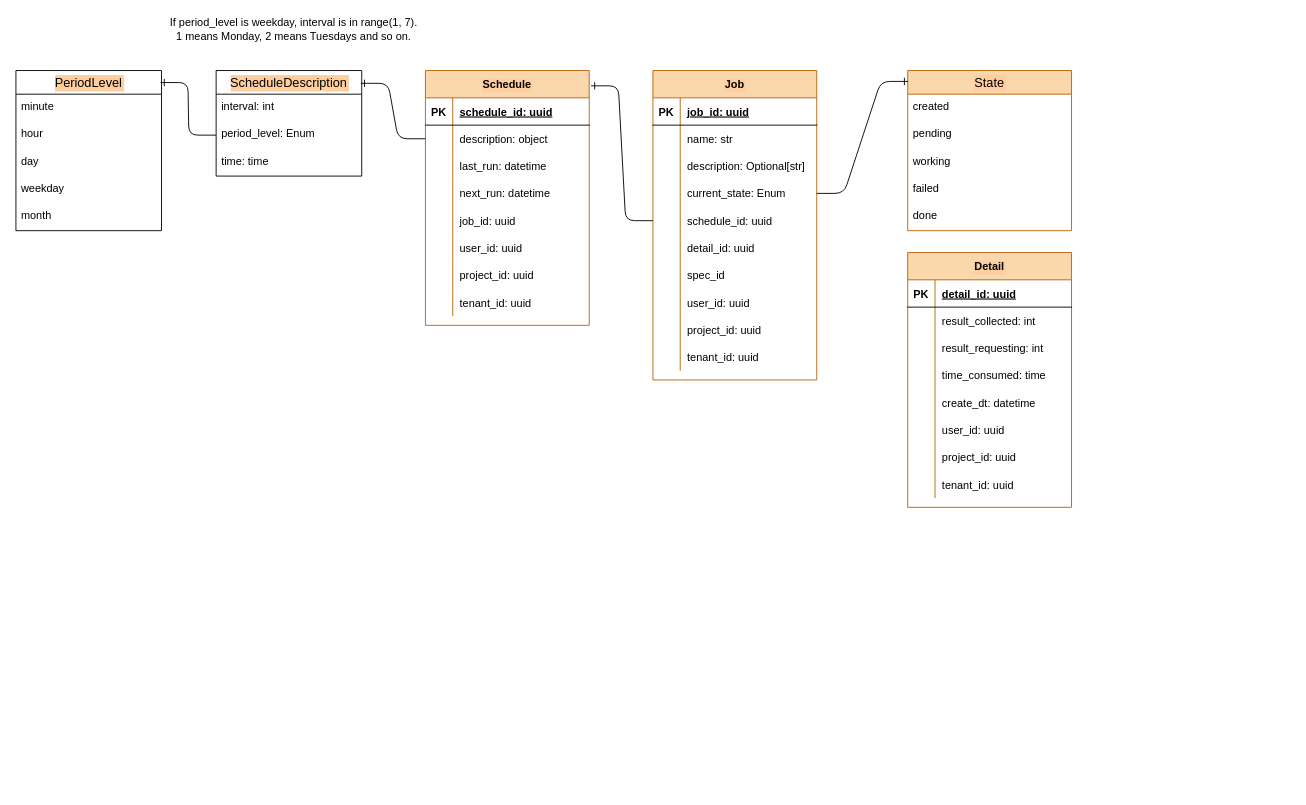
Above: page "Spider Service" (1 of 7) of docs/design/PubSent-Models.drawio in LENAX/public-sentiment-analysis (draw.io), before the change. Source tidied: cells renumbered, new cells numbered last; positions are measured from the earlier drawing's top-left corner, leaving out a move shared by most shapes. Both pictures are drawn from the tidied source at 91%, with x=0, y=0 at pixel (15, 15).
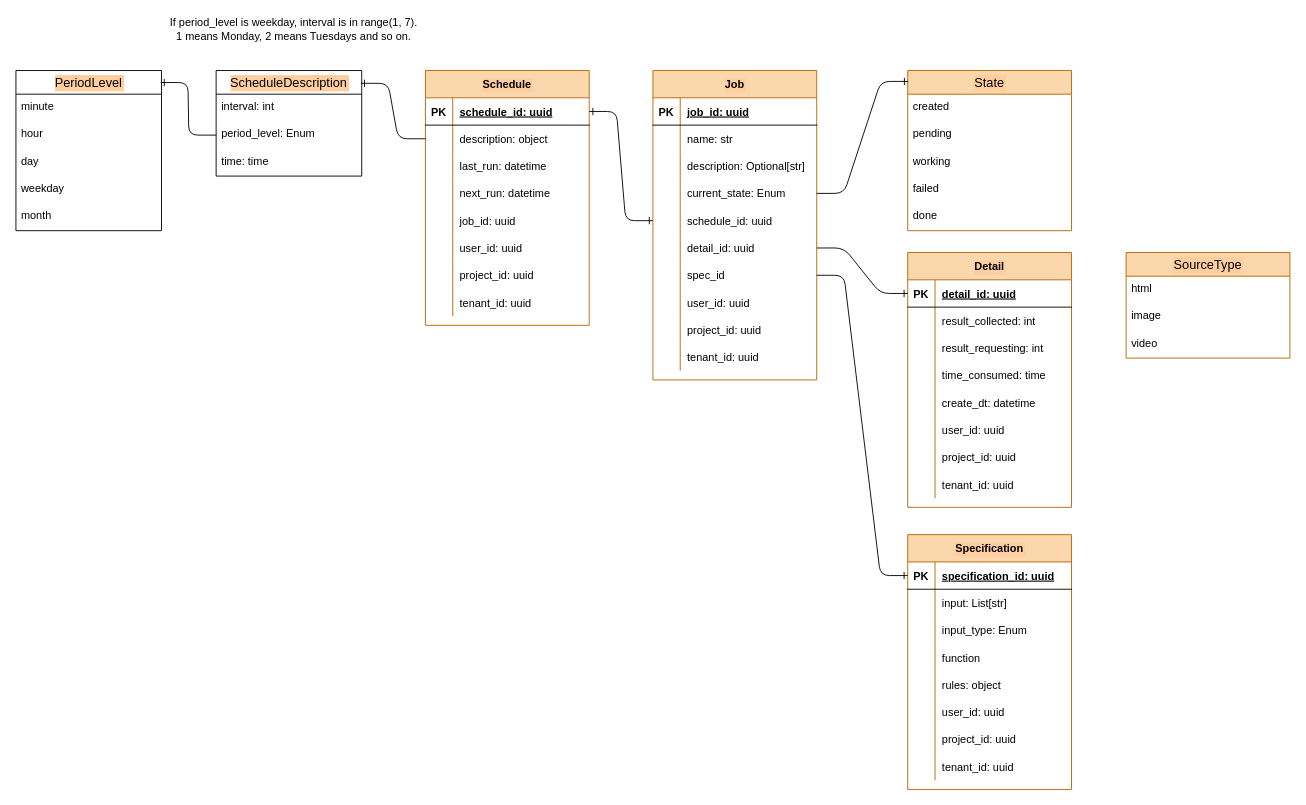
The same diagram, later.

Unchanged cells that the change refers to:
```xml
<mxCell id="15" style="shape=partialRectangle;fillColor=none;top=0;left=0;bottom=0;right=0;points=[[0,0.5],[1,0.5]];portConstraint=eastwest;" parent="2" vertex="1">
  <mxGeometry y="150" width="180" height="30" as="geometry" />
</mxCell>
<mxCell id="18" style="shape=partialRectangle;fillColor=none;top=0;left=0;bottom=0;right=0;points=[[0,0.5],[1,0.5]];portConstraint=eastwest;" parent="2" vertex="1">
  <mxGeometry y="180" width="180" height="30" as="geometry" />
</mxCell>
<mxCell id="21" style="shape=partialRectangle;fillColor=none;top=0;left=0;bottom=0;right=0;points=[[0,0.5],[1,0.5]];portConstraint=eastwest;" parent="2" vertex="1">
  <mxGeometry y="210" width="180" height="30" as="geometry" />
</mxCell>
<mxCell id="34" style="shape=partialRectangle;fillColor=none;top=0;left=0;bottom=1;right=0;points=[[0,0.5],[1,0.5]];portConstraint=eastwest;" parent="33" vertex="1">
  <mxGeometry y="30" width="180" height="30" as="geometry" />
</mxCell>
<mxCell id="65" value="Schedule" style="shape=table;startSize=30;childLayout=tableLayout;rowLines=0;fontStyle=1;align=center;labelBackgroundColor=#FFCE9F;fillColor=#fad7ac;strokeColor=#b46504;" parent="1" vertex="1">
  <mxGeometry x="450" y="60" width="180" height="280" as="geometry" />
</mxCell>
<mxCell id="66" style="shape=partialRectangle;fillColor=none;top=0;left=0;bottom=1;right=0;points=[[0,0.5],[1,0.5]];portConstraint=eastwest;" parent="65" vertex="1">
  <mxGeometry y="30" width="180" height="30" as="geometry" />
</mxCell>
```

The edit, as a diff of the source:
```diff
@@
-    <mxCell id="103" style="edgeStyle=entityRelationEdgeStyle;fontSize=12;html=1;endArrow=ERone;endFill=1;entryX=1.011;entryY=0.06;entryDx=0;entryDy=0;entryPerimeter=0;exitX=0;exitY=0.5;exitDx=0;exitDy=0;" parent="1" edge="1" source="15" target="65">
+    <mxCell id="103" style="edgeStyle=entityRelationEdgeStyle;fontSize=12;html=1;endArrow=ERone;endFill=1;entryX=1;entryY=0.5;entryDx=0;entryDy=0;exitX=0;exitY=0.5;exitDx=0;exitDy=0;startArrow=ERone;startFill=0;" parent="1" edge="1" source="15" target="66">
       <mxGeometry relative="1" as="geometry" />
     </mxCell>
+    <mxCell id="104" style="edgeStyle=entityRelationEdgeStyle;fontSize=12;html=1;endArrow=ERone;endFill=1;entryX=0;entryY=0.5;entryDx=0;entryDy=0;" parent="1" edge="1" source="18" target="34">
+      <mxGeometry relative="1" as="geometry" />
+    </mxCell>
+    <mxCell id="105" value="Specification" style="shape=table;startSize=30;childLayout=tableLayout;rowLines=0;fontStyle=1;align=center;labelBackgroundColor=#FFCE9F;fillColor=#fad7ac;strokeColor=#b46504;" parent="1" vertex="1">
+      <mxGeometry x="980" y="570" width="180" height="280" as="geometry" />
+    </mxCell>
+    <mxCell id="106" style="shape=partialRectangle;fillColor=none;top=0;left=0;bottom=1;right=0;points=[[0,0.5],[1,0.5]];portConstraint=eastwest;" parent="105" vertex="1">
+      <mxGeometry y="30" width="180" height="30" as="geometry" />
+    </mxCell>
+    <mxCell id="107" value="PK" style="shape=partialRectangle;fillColor=none;top=0;left=0;bottom=0;right=0;fontStyle=1;overflow=hidden;" parent="106" vertex="1">
+      <mxGeometry width="30" height="30" as="geometry" />
+    </mxCell>
+    <mxCell id="108" value="specification_id: uuid" style="shape=partialRectangle;fillColor=none;top=0;left=0;bottom=0;right=0;align=left;spacingLeft=6;fontStyle=5;overflow=hidden;" parent="106" vertex="1">
+      <mxGeometry x="30" width="150" height="30" as="geometry" />
+    </mxCell>
+    <mxCell id="109" style="shape=partialRectangle;fillColor=none;top=0;left=0;bottom=0;right=0;" parent="105" vertex="1">
+      <mxGeometry y="60" width="180" height="30" as="geometry" />
+    </mxCell>
+    <mxCell id="110" style="shape=partialRectangle;fillColor=none;top=0;left=0;bottom=0;right=0;overflow=hidden;" parent="109" vertex="1">
+      <mxGeometry width="30" height="30" as="geometry" />
+    </mxCell>
+    <mxCell id="111" value="input: List[str]" style="shape=partialRectangle;fillColor=none;top=0;left=0;bottom=0;right=0;align=left;spacingLeft=6;overflow=hidden;" parent="109" vertex="1">
+      <mxGeometry x="30" width="150" height="30" as="geometry" />
+    </mxCell>
+    <mxCell id="112" style="shape=partialRectangle;fillColor=none;top=0;left=0;bottom=0;right=0;" parent="105" vertex="1">
+      <mxGeometry y="90" width="180" height="30" as="geometry" />
+    </mxCell>
+    <mxCell id="113" style="shape=partialRectangle;fillColor=none;top=0;left=0;bottom=0;right=0;overflow=hidden;" parent="112" vertex="1">
+      <mxGeometry width="30" height="30" as="geometry" />
+    </mxCell>
+    <mxCell id="114" value="input_type: Enum" style="shape=partialRectangle;fillColor=none;top=0;left=0;bottom=0;right=0;align=left;spacingLeft=6;overflow=hidden;" parent="112" vertex="1">
+      <mxGeometry x="30" width="150" height="30" as="geometry" />
+    </mxCell>
+    <mxCell id="115" style="shape=partialRectangle;fillColor=none;top=0;left=0;bottom=0;right=0;" parent="105" vertex="1">
+      <mxGeometry y="120" width="180" height="30" as="geometry" />
+    </mxCell>
+    <mxCell id="116" style="shape=partialRectangle;fillColor=none;top=0;left=0;bottom=0;right=0;overflow=hidden;" parent="115" vertex="1">
+      <mxGeometry width="30" height="30" as="geometry" />
+    </mxCell>
+    <mxCell id="117" value="function" style="shape=partialRectangle;fillColor=none;top=0;left=0;bottom=0;right=0;align=left;spacingLeft=6;overflow=hidden;" parent="115" vertex="1">
+      <mxGeometry x="30" width="150" height="30" as="geometry" />
+    </mxCell>
+    <mxCell id="118" style="shape=partialRectangle;fillColor=none;top=0;left=0;bottom=0;right=0;" parent="105" vertex="1">
+      <mxGeometry y="150" width="180" height="30" as="geometry" />
+    </mxCell>
+    <mxCell id="119" style="shape=partialRectangle;fillColor=none;top=0;left=0;bottom=0;right=0;overflow=hidden;" parent="118" vertex="1">
+      <mxGeometry width="30" height="30" as="geometry" />
+    </mxCell>
+    <mxCell id="120" value="rules: object" style="shape=partialRectangle;fillColor=none;top=0;left=0;bottom=0;right=0;align=left;spacingLeft=6;overflow=hidden;" parent="118" vertex="1">
+      <mxGeometry x="30" width="150" height="30" as="geometry" />
+    </mxCell>
+    <mxCell id="121" style="shape=partialRectangle;fillColor=none;top=0;left=0;bottom=0;right=0;" parent="105" vertex="1">
+      <mxGeometry y="180" width="180" height="30" as="geometry" />
+    </mxCell>
+    <mxCell id="122" style="shape=partialRectangle;fillColor=none;top=0;left=0;bottom=0;right=0;overflow=hidden;" parent="121" vertex="1">
+      <mxGeometry width="30" height="30" as="geometry" />
+    </mxCell>
+    <mxCell id="123" value="user_id: uuid" style="shape=partialRectangle;fillColor=none;top=0;left=0;bottom=0;right=0;align=left;spacingLeft=6;overflow=hidden;" parent="121" vertex="1">
+      <mxGeometry x="30" width="150" height="30" as="geometry" />
+    </mxCell>
+    <mxCell id="124" style="shape=partialRectangle;fillColor=none;top=0;left=0;bottom=0;right=0;" parent="105" vertex="1">
+      <mxGeometry y="210" width="180" height="30" as="geometry" />
+    </mxCell>
+    <mxCell id="125" style="shape=partialRectangle;fillColor=none;top=0;left=0;bottom=0;right=0;overflow=hidden;" parent="124" vertex="1">
+      <mxGeometry width="30" height="30" as="geometry" />
+    </mxCell>
+    <mxCell id="126" value="project_id: uuid" style="shape=partialRectangle;fillColor=none;top=0;left=0;bottom=0;right=0;align=left;spacingLeft=6;overflow=hidden;" parent="124" vertex="1">
+      <mxGeometry x="30" width="150" height="30" as="geometry" />
+    </mxCell>
+    <mxCell id="127" style="shape=partialRectangle;fillColor=none;top=0;left=0;bottom=0;right=0;" parent="105" vertex="1">
+      <mxGeometry y="240" width="180" height="30" as="geometry" />
+    </mxCell>
+    <mxCell id="128" style="shape=partialRectangle;fillColor=none;top=0;left=0;bottom=0;right=0;overflow=hidden;" parent="127" vertex="1">
+      <mxGeometry width="30" height="30" as="geometry" />
+    </mxCell>
+    <mxCell id="129" value="tenant_id: uuid" style="shape=partialRectangle;fillColor=none;top=0;left=0;bottom=0;right=0;align=left;spacingLeft=6;overflow=hidden;" parent="127" vertex="1">
+      <mxGeometry x="30" width="150" height="30" as="geometry" />
+    </mxCell>
+    <mxCell id="130" style="edgeStyle=entityRelationEdgeStyle;fontSize=12;html=1;endArrow=ERone;endFill=1;entryX=0;entryY=0.5;entryDx=0;entryDy=0;" parent="1" edge="1" source="21" target="106">
+      <mxGeometry relative="1" as="geometry" />
+    </mxCell>
+    <mxCell id="131" value="SourceType" style="swimlane;fontStyle=0;horizontal=1;startSize=26;align=center;fontSize=14;labelBackgroundColor=#FFCE9F;fillColor=#fad7ac;strokeColor=#b46504;" parent="1" vertex="1">
+      <mxGeometry x="1220" y="260" width="180" height="116" as="geometry" />
+    </mxCell>
+    <mxCell id="132" value="html" style="text;strokeColor=none;fillColor=none;spacingLeft=4;spacingRight=4;overflow=hidden;fontSize=12;" parent="131" vertex="1">
+      <mxGeometry y="26" width="180" height="30" as="geometry" />
+    </mxCell>
+    <mxCell id="133" value="image" style="text;strokeColor=none;fillColor=none;spacingLeft=4;spacingRight=4;overflow=hidden;fontSize=12;" parent="131" vertex="1">
+      <mxGeometry y="56" width="180" height="30" as="geometry" />
+    </mxCell>
+    <mxCell id="134" value="video" style="text;strokeColor=none;fillColor=none;spacingLeft=4;spacingRight=4;overflow=hidden;fontSize=12;" parent="131" vertex="1">
+      <mxGeometry y="86" width="180" height="30" as="geometry" />
+    </mxCell>
```
